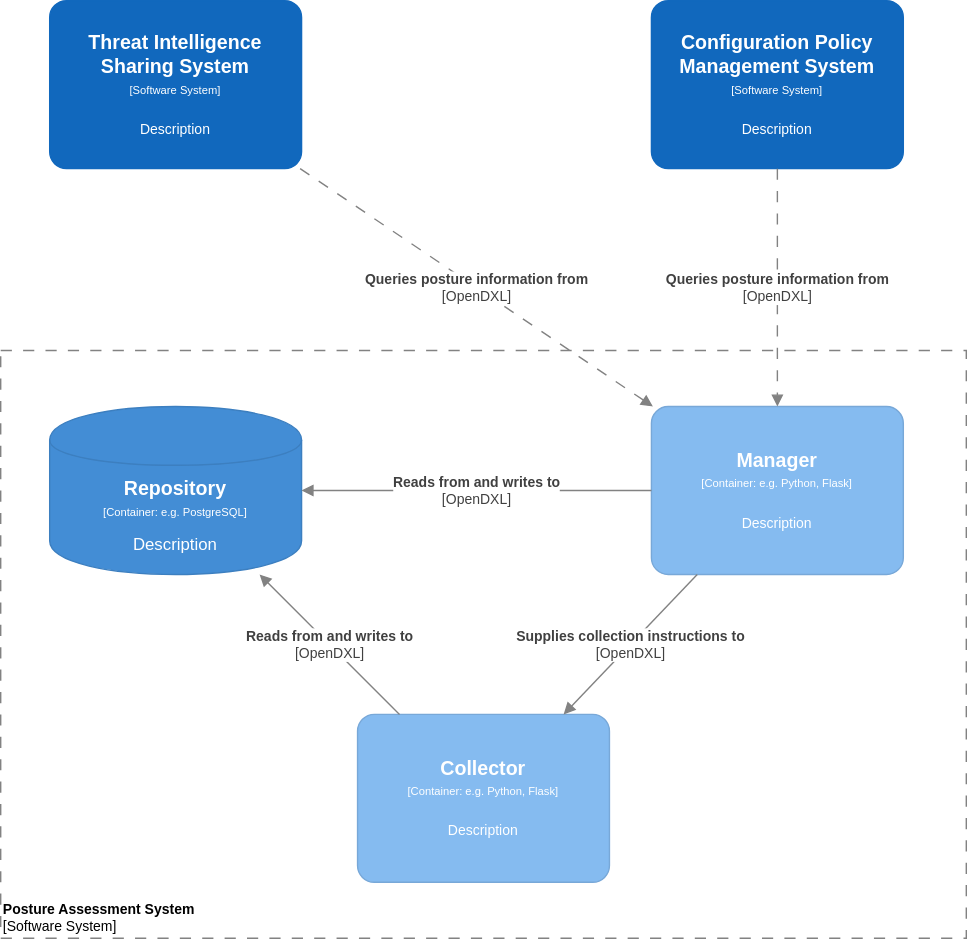
Earlier version of the draw.io export Architecture Documents/scap-container.svg (opencybersecurityalliance/documentation). Source tidied: cells renumbered, new cells last; positions are measured from the earlier drawing's top-left corner, leaving out a move shared by most shapes. Source of this version:
```xml
<mxGraphModel>
  <root>
    <mxCell id="0" />
    <mxCell id="1" parent="0" />
    <object id="2" label="&lt;font style=&quot;font-size: 10px&quot;&gt;&lt;b&gt;Posture Assessment System&lt;/b&gt;&lt;br style=&quot;font-size: 10px&quot;&gt;[Software System]&lt;/font&gt;" name="Software System Name" placeholders="1">
      <mxCell style="rounded=0;whiteSpace=wrap;html=1;strokeColor=#828282;fillColor=none;fontColor=#000000;align=left;labelPosition=center;verticalLabelPosition=middle;verticalAlign=bottom;dashed=1;strokeWidth=1;perimeterSpacing=0;spacing=2;spacingTop=0;fontSize=10;dashPattern=8 8;" parent="1" vertex="1">
        <mxGeometry y="250" width="690" height="420" as="geometry" />
      </mxCell>
    </object>
    <object id="3" label="&lt;div&gt;&lt;span style=&quot;font-size: 14px&quot;&gt;&lt;b&gt;Manager&lt;/b&gt;&lt;/span&gt;&lt;/div&gt;&lt;div&gt;&lt;span style=&quot;font-size: 8px&quot;&gt;[Container: %technology%]&lt;/span&gt;&lt;/div&gt;&lt;div&gt;&lt;span style=&quot;font-size: 8px&quot;&gt;&lt;br&gt;&lt;/span&gt;&lt;/div&gt;&lt;div&gt;&lt;font size=&quot;1&quot;&gt;%description%&lt;/font&gt;&lt;/div&gt;" description="Description" name="Container Name" placeholders="1" technology="e.g. Python, Flask">
      <mxCell style="rounded=1;whiteSpace=wrap;html=1;fillColor=#85BBF0;fontColor=#ffffff;strokeColor=#78A8D8;arcSize=10;" parent="1" vertex="1">
        <mxGeometry x="465" y="290" width="180" height="120" as="geometry" />
      </mxCell>
    </object>
    <object id="4" label="&lt;div&gt;&lt;span style=&quot;font-size: 14px&quot;&gt;&lt;b&gt;Collector&lt;/b&gt;&lt;/span&gt;&lt;/div&gt;&lt;div&gt;&lt;span style=&quot;font-size: 8px&quot;&gt;[Container: %technology%]&lt;/span&gt;&lt;br&gt;&lt;/div&gt;&lt;div&gt;&lt;span style=&quot;font-size: 8px&quot;&gt;&lt;br&gt;&lt;/span&gt;&lt;/div&gt;&lt;div&gt;&lt;font size=&quot;1&quot;&gt;%description%&lt;/font&gt;&lt;/div&gt;" description="Description" name="Container Name" placeholders="1" technology="e.g. Python, Flask">
      <mxCell style="rounded=1;whiteSpace=wrap;html=1;fillColor=#85BBF0;fontColor=#ffffff;strokeColor=#78A8D8;arcSize=10;" parent="1" vertex="1">
        <mxGeometry x="255" y="510" width="180" height="120" as="geometry" />
      </mxCell>
    </object>
    <object id="5" label="&lt;div style=&quot;color: rgb(255 , 255 , 255) ; white-space: normal&quot;&gt;&lt;span style=&quot;font-size: 14px&quot;&gt;&lt;b&gt;Repository&lt;/b&gt;&lt;/span&gt;&lt;/div&gt;&lt;div style=&quot;color: rgb(255 , 255 , 255) ; white-space: normal&quot;&gt;&lt;span style=&quot;font-size: 8px&quot;&gt;[Container: %technology%]&lt;/span&gt;&lt;br&gt;&lt;/div&gt;&lt;div style=&quot;color: rgb(255 , 255 , 255) ; white-space: normal ; font-size: 8px&quot;&gt;&lt;font style=&quot;line-height: 9.6px&quot;&gt;&lt;br&gt;&lt;/font&gt;&lt;/div&gt;&lt;div style=&quot;color: rgb(255 , 255 , 255) ; white-space: normal&quot;&gt;%description%&lt;/div&gt;" description="Description" name="Container Name" placeholders="1" technology="e.g. PostgreSQL">
      <mxCell style="shape=cylinder;whiteSpace=wrap;html=1;boundedLbl=1;backgroundOutline=1;strokeColor=#3C7FC0;fillColor=#438DD5;fontSize=12;fontColor=#ffffff;align=center;rounded=0;" parent="1" vertex="1">
        <mxGeometry x="35" y="290" width="180" height="120" as="geometry" />
      </mxCell>
    </object>
    <object id="6" label="&lt;span style=&quot;font-size: 10px&quot;&gt;&lt;b&gt;Supplies collection instructions to&lt;br&gt;&lt;/b&gt;[OpenDXL]&lt;br&gt;&lt;/span&gt;" name="Data Flow Item Name" placeholders="1" technology="HTTP">
      <mxCell style="endArrow=block;html=1;fontSize=10;fontColor=#404040;strokeWidth=1;endFill=1;strokeColor=#828282;elbow=vertical;" parent="1" edge="1" source="3" target="4">
        <mxGeometry relative="1" as="geometry" />
      </mxCell>
    </object>
    <object id="7" label="&lt;span style=&quot;font-size: 10px&quot;&gt;&lt;b&gt;Reads from and writes to&lt;br&gt;&lt;/b&gt;[OpenDXL]&lt;br&gt;&lt;/span&gt;" name="Data Flow Item Name" placeholders="1" technology="HTTP">
      <mxCell style="endArrow=block;html=1;fontSize=10;fontColor=#404040;strokeWidth=1;endFill=1;strokeColor=#828282;elbow=vertical;" parent="1" edge="1" source="4" target="5">
        <mxGeometry relative="1" as="geometry" />
      </mxCell>
    </object>
    <object id="8" label="&lt;span style=&quot;font-size: 10px&quot;&gt;&lt;b&gt;Reads from and writes to&lt;/b&gt;&lt;br&gt;[OpenDXL]&lt;br&gt;&lt;/span&gt;" name="Data Flow Item Name" placeholders="1" technology="HTTP">
      <mxCell style="endArrow=block;html=1;fontSize=10;fontColor=#404040;strokeWidth=1;endFill=1;strokeColor=#828282;elbow=vertical;entryX=1;entryY=0.5;entryDx=0;entryDy=0;" parent="1" edge="1" source="3" target="5">
        <mxGeometry relative="1" as="geometry" />
      </mxCell>
    </object>
    <object id="9" label="&lt;div&gt;&lt;span style=&quot;font-size: 14px&quot;&gt;&lt;b&gt;Threat Intelligence Sharing System&lt;/b&gt;&lt;/span&gt;&lt;/div&gt;&lt;div&gt;&lt;span style=&quot;font-size: 8px&quot;&gt;[Software System]&lt;/span&gt;&lt;/div&gt;&lt;div&gt;&lt;span style=&quot;font-size: 8px&quot;&gt;&lt;br&gt;&lt;/span&gt;&lt;/div&gt;&lt;div&gt;&lt;font size=&quot;1&quot;&gt;%description%&lt;/font&gt;&lt;/div&gt;" description="Description" name="Software System Name" placeholders="1">
      <mxCell style="rounded=1;whiteSpace=wrap;html=1;fillColor=#1168BD;fontColor=#ffffff;strokeColor=#1168BD;arcSize=10;" parent="1" vertex="1">
        <mxGeometry x="35" width="180" height="120" as="geometry" />
      </mxCell>
    </object>
    <object id="10" label="&lt;b&gt;Queries posture information from&lt;/b&gt;&lt;br style=&quot;font-size: 10px&quot;&gt;[OpenDXL]" name="Dependency Operation Name" placeholders="1" technology="JDBC">
      <mxCell style="endArrow=block;html=1;fontSize=10;fontColor=#404040;strokeWidth=1;endFill=1;dashed=1;dashPattern=8 8;strokeColor=#828282;elbow=vertical;" parent="1" edge="1" source="9" target="3">
        <mxGeometry relative="1" as="geometry" />
      </mxCell>
    </object>
    <object id="11" label="&lt;div&gt;&lt;span style=&quot;font-size: 14px&quot;&gt;&lt;b&gt;Configuration Policy Management System&lt;/b&gt;&lt;/span&gt;&lt;/div&gt;&lt;div&gt;&lt;span style=&quot;font-size: 8px&quot;&gt;[Software System]&lt;/span&gt;&lt;br&gt;&lt;/div&gt;&lt;div&gt;&lt;span style=&quot;font-size: 8px&quot;&gt;&lt;br&gt;&lt;/span&gt;&lt;/div&gt;&lt;div&gt;&lt;font size=&quot;1&quot;&gt;%description%&lt;/font&gt;&lt;/div&gt;" description="Description" name="Software System Name" placeholders="1">
      <mxCell style="rounded=1;whiteSpace=wrap;html=1;fillColor=#1168BD;fontColor=#ffffff;strokeColor=#1168BD;arcSize=10;" parent="1" vertex="1">
        <mxGeometry x="465" width="180" height="120" as="geometry" />
      </mxCell>
    </object>
    <object id="12" label="&lt;b&gt;Queries posture information from&lt;/b&gt;&lt;br style=&quot;font-size: 10px&quot;&gt;[OpenDXL]" name="Dependency Operation Name" placeholders="1" technology="JDBC">
      <mxCell style="endArrow=block;html=1;fontSize=10;fontColor=#404040;strokeWidth=1;endFill=1;dashed=1;dashPattern=8 8;strokeColor=#828282;elbow=vertical;" parent="1" edge="1" source="11" target="3">
        <mxGeometry relative="1" as="geometry" />
      </mxCell>
    </object>
  </root>
</mxGraphModel>
```
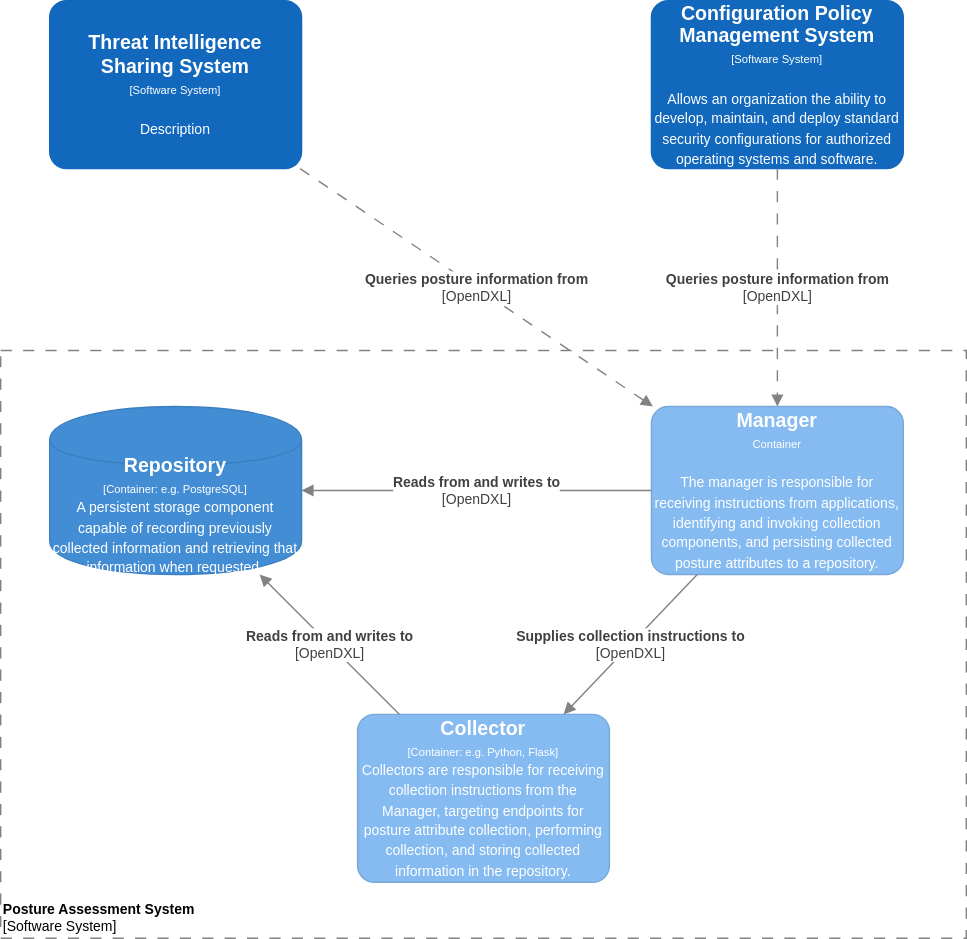
Later version of the same file.

Commit message:
Re-export the SVGs

The edit, as a diff of the source:
```diff
@@ -7,17 +7,17 @@
         <mxGeometry y="250" width="690" height="420" as="geometry" />
       </mxCell>
     </object>
-    <object id="3" label="&lt;div&gt;&lt;span style=&quot;font-size: 14px&quot;&gt;&lt;b&gt;Manager&lt;/b&gt;&lt;/span&gt;&lt;/div&gt;&lt;div&gt;&lt;span style=&quot;font-size: 8px&quot;&gt;[Container: %technology%]&lt;/span&gt;&lt;/div&gt;&lt;div&gt;&lt;span style=&quot;font-size: 8px&quot;&gt;&lt;br&gt;&lt;/span&gt;&lt;/div&gt;&lt;div&gt;&lt;font size=&quot;1&quot;&gt;%description%&lt;/font&gt;&lt;/div&gt;" description="Description" name="Container Name" placeholders="1" technology="e.g. Python, Flask">
+    <object id="3" label="&lt;div&gt;&lt;span style=&quot;font-size: 14px&quot;&gt;&lt;b&gt;Manager&lt;/b&gt;&lt;/span&gt;&lt;/div&gt;&lt;div&gt;&lt;span style=&quot;font-size: 8px&quot;&gt;Container&lt;/span&gt;&lt;/div&gt;&lt;div&gt;&lt;span style=&quot;font-size: 8px&quot;&gt;&lt;br&gt;&lt;/span&gt;&lt;/div&gt;&lt;div&gt;&lt;font size=&quot;1&quot;&gt;The manager is responsible for receiving instructions from applications, identifying and invoking collection components, and persisting collected posture attributes to a repository.&lt;/font&gt;&lt;/div&gt;" description="Description" name="Container Name" placeholders="1" technology="e.g. Python, Flask">
       <mxCell style="rounded=1;whiteSpace=wrap;html=1;fillColor=#85BBF0;fontColor=#ffffff;strokeColor=#78A8D8;arcSize=10;" parent="1" vertex="1">
         <mxGeometry x="465" y="290" width="180" height="120" as="geometry" />
       </mxCell>
     </object>
-    <object id="4" label="&lt;div&gt;&lt;span style=&quot;font-size: 14px&quot;&gt;&lt;b&gt;Collector&lt;/b&gt;&lt;/span&gt;&lt;/div&gt;&lt;div&gt;&lt;span style=&quot;font-size: 8px&quot;&gt;[Container: %technology%]&lt;/span&gt;&lt;br&gt;&lt;/div&gt;&lt;div&gt;&lt;span style=&quot;font-size: 8px&quot;&gt;&lt;br&gt;&lt;/span&gt;&lt;/div&gt;&lt;div&gt;&lt;font size=&quot;1&quot;&gt;%description%&lt;/font&gt;&lt;/div&gt;" description="Description" name="Container Name" placeholders="1" technology="e.g. Python, Flask">
+    <object id="4" label="&lt;div&gt;&lt;span style=&quot;font-size: 14px&quot;&gt;&lt;b&gt;Collector&lt;/b&gt;&lt;/span&gt;&lt;/div&gt;&lt;div&gt;&lt;span style=&quot;font-size: 8px&quot;&gt;[Container: %technology%]&lt;/span&gt;&lt;br&gt;&lt;/div&gt;&lt;div&gt;&lt;span style=&quot;font-size: x-small&quot;&gt;Collectors are responsible for receiving collection instructions from the Manager, targeting endpoints for posture attribute collection, performing collection, and storing collected information in the repository.&lt;/span&gt;&lt;br&gt;&lt;/div&gt;" description="Description" name="Container Name" placeholders="1" technology="e.g. Python, Flask">
       <mxCell style="rounded=1;whiteSpace=wrap;html=1;fillColor=#85BBF0;fontColor=#ffffff;strokeColor=#78A8D8;arcSize=10;" parent="1" vertex="1">
         <mxGeometry x="255" y="510" width="180" height="120" as="geometry" />
       </mxCell>
     </object>
-    <object id="5" label="&lt;div style=&quot;color: rgb(255 , 255 , 255) ; white-space: normal&quot;&gt;&lt;span style=&quot;font-size: 14px&quot;&gt;&lt;b&gt;Repository&lt;/b&gt;&lt;/span&gt;&lt;/div&gt;&lt;div style=&quot;color: rgb(255 , 255 , 255) ; white-space: normal&quot;&gt;&lt;span style=&quot;font-size: 8px&quot;&gt;[Container: %technology%]&lt;/span&gt;&lt;br&gt;&lt;/div&gt;&lt;div style=&quot;color: rgb(255 , 255 , 255) ; white-space: normal ; font-size: 8px&quot;&gt;&lt;font style=&quot;line-height: 9.6px&quot;&gt;&lt;br&gt;&lt;/font&gt;&lt;/div&gt;&lt;div style=&quot;color: rgb(255 , 255 , 255) ; white-space: normal&quot;&gt;%description%&lt;/div&gt;" description="Description" name="Container Name" placeholders="1" technology="e.g. PostgreSQL">
+    <object id="5" label="&lt;div style=&quot;color: rgb(255 , 255 , 255) ; white-space: normal&quot;&gt;&lt;span style=&quot;font-size: 14px&quot;&gt;&lt;b&gt;Repository&lt;/b&gt;&lt;/span&gt;&lt;/div&gt;&lt;div style=&quot;color: rgb(255 , 255 , 255) ; white-space: normal&quot;&gt;&lt;span style=&quot;font-size: 8px&quot;&gt;[Container: %technology%]&lt;/span&gt;&lt;/div&gt;&lt;div style=&quot;color: rgb(255 , 255 , 255) ; white-space: normal&quot;&gt;&lt;font style=&quot;font-size: 10px&quot;&gt;A persistent storage component capable of recording previously collected information and retrieving that information when requested&lt;/font&gt;&lt;span style=&quot;font-size: 11px&quot;&gt;.&lt;/span&gt;&lt;/div&gt;" description="Description" name="Container Name" placeholders="1" technology="e.g. PostgreSQL">
       <mxCell style="shape=cylinder;whiteSpace=wrap;html=1;boundedLbl=1;backgroundOutline=1;strokeColor=#3C7FC0;fillColor=#438DD5;fontSize=12;fontColor=#ffffff;align=center;rounded=0;" parent="1" vertex="1">
         <mxGeometry x="35" y="290" width="180" height="120" as="geometry" />
       </mxCell>
@@ -47,7 +47,7 @@
         <mxGeometry relative="1" as="geometry" />
       </mxCell>
     </object>
-    <object id="11" label="&lt;div&gt;&lt;span style=&quot;font-size: 14px&quot;&gt;&lt;b&gt;Configuration Policy Management System&lt;/b&gt;&lt;/span&gt;&lt;/div&gt;&lt;div&gt;&lt;span style=&quot;font-size: 8px&quot;&gt;[Software System]&lt;/span&gt;&lt;br&gt;&lt;/div&gt;&lt;div&gt;&lt;span style=&quot;font-size: 8px&quot;&gt;&lt;br&gt;&lt;/span&gt;&lt;/div&gt;&lt;div&gt;&lt;font size=&quot;1&quot;&gt;%description%&lt;/font&gt;&lt;/div&gt;" description="Description" name="Software System Name" placeholders="1">
+    <object id="11" label="&lt;div&gt;&lt;span style=&quot;font-size: 14px&quot;&gt;&lt;b&gt;Configuration Policy Management System&lt;/b&gt;&lt;/span&gt;&lt;/div&gt;&lt;div&gt;&lt;span style=&quot;font-size: 8px&quot;&gt;[Software System]&lt;/span&gt;&lt;br&gt;&lt;/div&gt;&lt;div&gt;&lt;span style=&quot;font-size: 8px&quot;&gt;&lt;br&gt;&lt;/span&gt;&lt;/div&gt;&lt;div&gt;&lt;span style=&quot;font-size: x-small&quot;&gt;Allows an organization the ability to develop, maintain, and deploy standard security configurations for authorized operating systems and software.&lt;/span&gt;&lt;br&gt;&lt;/div&gt;" description="Description" name="Software System Name" placeholders="1">
       <mxCell style="rounded=1;whiteSpace=wrap;html=1;fillColor=#1168BD;fontColor=#ffffff;strokeColor=#1168BD;arcSize=10;" parent="1" vertex="1">
         <mxGeometry x="465" width="180" height="120" as="geometry" />
       </mxCell>
```
